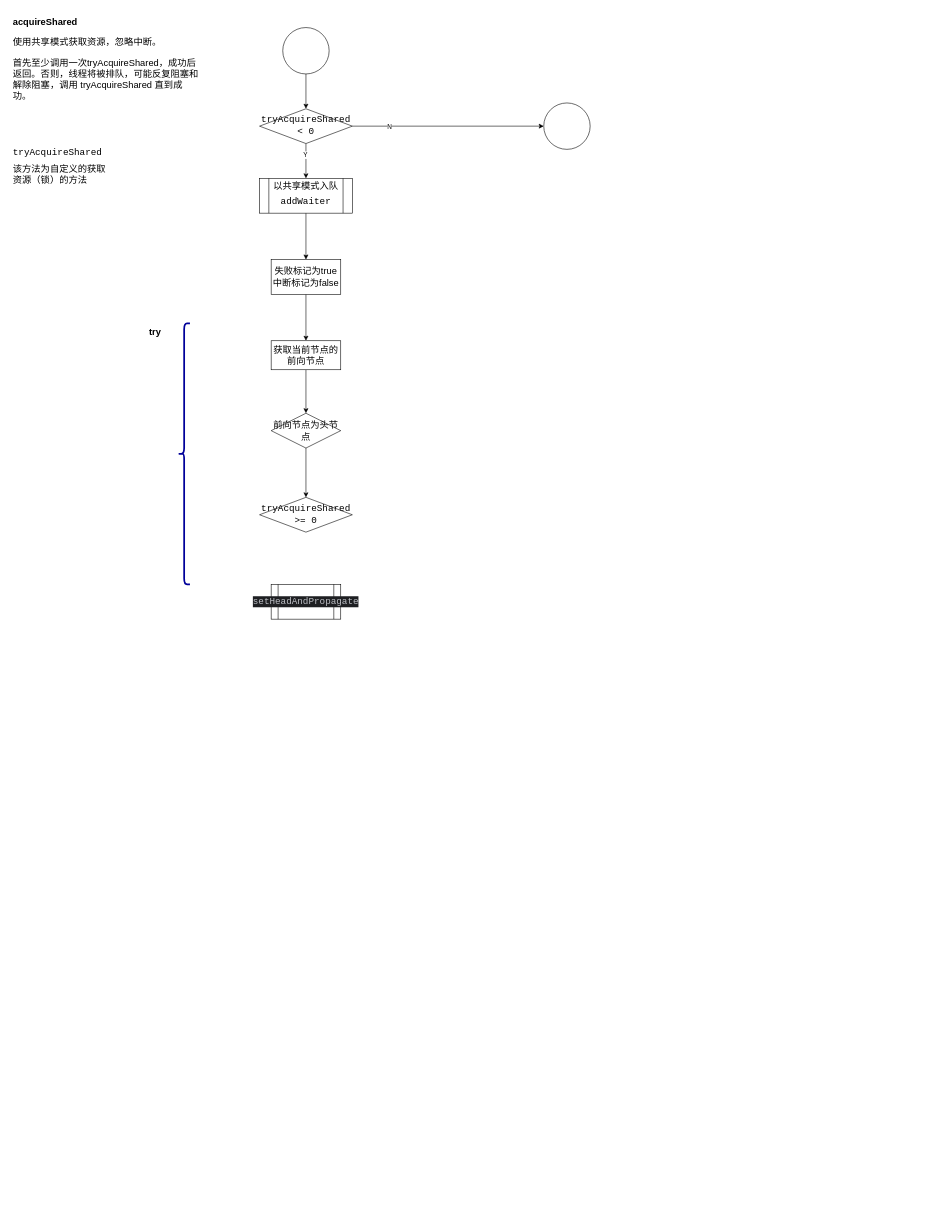
NikolaZhang/NikolaZhang.github.io keeps this draw.io diagram as page "acquireShared" (2 of 8) of src/drawio/aqs/aqs.drawio. Above is the earlier version. Source tidied: cells renumbered, new cells numbered last; positions are measured from the earlier drawing's top-left corner, leaving out a move shared by most shapes. Both pictures are drawn from the tidied source at 58%, with x=0, y=0 at pixel (10, 16).
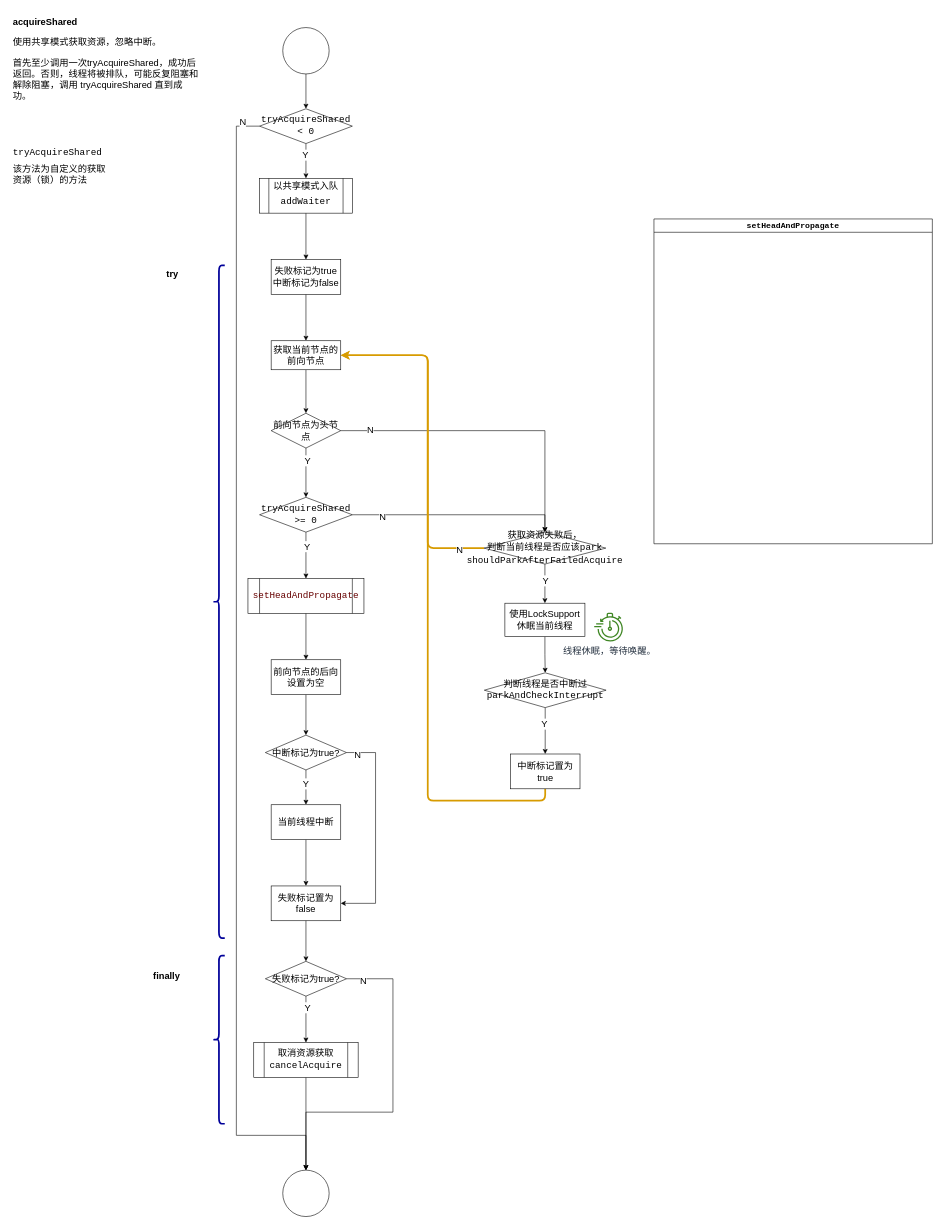
The same page after the edit.

Unchanged cells that the change refers to:
```xml
<mxCell id="4" style="edgeStyle=orthogonalEdgeStyle;rounded=0;jettySize=auto;html=1;fontSize=16;" parent="1" edge="1" source="8" target="11">
  <mxGeometry relative="1" as="geometry" />
</mxCell>
<mxCell id="8" value="&lt;div style=&quot;line-height: 20%; font-size: 16px;&quot;&gt;&lt;pre style=&quot;font-family: &amp;quot;Fira Code Medium&amp;quot;, monospace; font-size: 16px; line-height: 20%;&quot;&gt;tryAcquireShared&lt;/pre&gt;&lt;pre style=&quot;font-family: &amp;quot;Fira Code Medium&amp;quot;, monospace; font-size: 16px; line-height: 20%;&quot;&gt;&amp;lt; 0&lt;/pre&gt;&lt;/div&gt;" style="rhombus;whiteSpace=wrap;html=1;fontSize=16;" parent="1" vertex="1">
  <mxGeometry x="430" y="160" width="160" height="60" as="geometry" />
</mxCell>
<mxCell id="17" value="获取当前节点的前向节点" style="whiteSpace=wrap;html=1;fontSize=16;" parent="1" vertex="1">
  <mxGeometry x="450" y="560" width="120" height="50" as="geometry" />
</mxCell>
<mxCell id="18" style="edgeStyle=orthogonalEdgeStyle;rounded=0;jettySize=auto;html=1;fontSize=16;" parent="1" edge="1" source="19" target="20">
  <mxGeometry relative="1" as="geometry" />
</mxCell>
<mxCell id="19" value="前向节点为头节点" style="whiteSpace=wrap;html=1;shape=rhombus;perimeter=rhombusPerimeter;fontSize=16;" parent="1" vertex="1">
  <mxGeometry x="450" y="685" width="120" height="60" as="geometry" />
</mxCell>
<mxCell id="20" value="&lt;div style=&quot;font-size: 16px; line-height: 20%;&quot;&gt;&lt;pre style=&quot;font-family: &amp;quot;Fira Code Medium&amp;quot;, monospace; font-size: 16px; line-height: 20%;&quot;&gt;tryAcquireShared&lt;/pre&gt;&lt;pre style=&quot;font-family: &amp;quot;Fira Code Medium&amp;quot;, monospace; font-size: 16px; line-height: 20%;&quot;&gt;&amp;gt;= 0&lt;/pre&gt;&lt;/div&gt;" style="whiteSpace=wrap;html=1;fontSize=16;shape=rhombus;perimeter=rhombusPerimeter;" parent="1" vertex="1">
  <mxGeometry x="430" y="830" width="160" height="60" as="geometry" />
</mxCell>
```

What changed in the source:
```diff
@@
-    <mxCell id="5" value="Y" style="edgeLabel;html=1;align=center;verticalAlign=middle;" parent="4" vertex="1">
+    <mxCell id="5" value="Y" style="edgeLabel;html=1;align=center;verticalAlign=middle;fontSize=16;" parent="4" vertex="1">
       <mxGeometry x="-0.37" y="-2" relative="1" as="geometry" />
     </mxCell>
-    <mxCell id="6" style="edgeStyle=orthogonalEdgeStyle;rounded=0;jettySize=auto;html=1;exitX=1;exitY=0.5;exitDx=0;exitDy=0;entryX=0;entryY=0.5;entryDx=0;entryDy=0;" parent="1" edge="1" source="8" target="22">
-      <mxGeometry relative="1" as="geometry" />
+    <mxCell id="6" style="edgeStyle=orthogonalEdgeStyle;rounded=0;jettySize=auto;html=1;exitX=0;exitY=0.5;exitDx=0;exitDy=0;entryX=0.5;entryY=0;entryDx=0;entryDy=0;fontSize=16;" parent="1" edge="1" source="8" target="43">
+      <mxGeometry relative="1" as="geometry">
+        <Array as="points">
+          <mxPoint x="390" y="190" />
+          <mxPoint x="390" y="1930" />
+          <mxPoint x="510" y="1930" />
+        </Array>
+      </mxGeometry>
     </mxCell>
-    <mxCell id="7" value="N" style="edgeLabel;html=1;align=center;verticalAlign=middle;" parent="6" vertex="1">
-      <mxGeometry x="-0.62" y="-1" relative="1" as="geometry" />
+    <mxCell id="7" value="N" style="edgeLabel;html=1;align=center;verticalAlign=middle;fontSize=16;" parent="6" vertex="1">
+      <mxGeometry x="-0.62" y="-1" relative="1" as="geometry">
+        <mxPoint x="11" y="-341" as="offset" />
+      </mxGeometry>
     </mxCell>
@@
     <mxCell id="14" style="shape=curlyBracket;whiteSpace=wrap;html=1;rounded=1;labelPosition=left;verticalLabelPosition=middle;align=right;verticalAlign=middle;strokeColor=#000099;strokeWidth=3;fontSize=16;" parent="1" vertex="1">
-      <mxGeometry x="290" y="530" width="20" height="450" as="geometry" />
+      <mxGeometry x="350" y="430" width="20" height="1160" as="geometry" />
     </mxCell>
     <mxCell id="15" value="&lt;b style=&quot;font-size: 16px;&quot;&gt;try&lt;/b&gt;" style="text;html=1;align=center;verticalAlign=middle;whiteSpace=wrap;rounded=0;fontSize=16;" parent="1" vertex="1">
-      <mxGeometry x="220" y="530" width="60" height="30" as="geometry" />
+      <mxGeometry x="250" y="430" width="60" height="30" as="geometry" />
     </mxCell>
@@
+    <mxCell id="24" value="Y" style="edgeLabel;html=1;align=center;verticalAlign=middle;fontSize=16;" parent="18" vertex="1">
+      <mxGeometry x="-0.51" y="2" relative="1" as="geometry" />
+    </mxCell>
+    <mxCell id="25" style="edgeStyle=orthogonalEdgeStyle;rounded=0;jettySize=auto;html=1;exitX=1;exitY=0.5;exitDx=0;exitDy=0;entryX=0.5;entryY=0;entryDx=0;entryDy=0;fontSize=16;" parent="1" edge="1" source="19" target="46">
+      <mxGeometry relative="1" as="geometry" />
+    </mxCell>
+    <mxCell id="26" value="N" style="edgeLabel;html=1;align=center;verticalAlign=middle;fontSize=16;" parent="25" vertex="1">
+      <mxGeometry x="-0.81" y="2" relative="1" as="geometry" />
+    </mxCell>
@@
+    <mxCell id="27" style="edgeStyle=orthogonalEdgeStyle;rounded=0;jettySize=auto;html=1;exitX=0.5;exitY=1;exitDx=0;exitDy=0;entryX=0.5;entryY=0;entryDx=0;entryDy=0;fontSize=16;" parent="1" edge="1" source="20" target="23">
+      <mxGeometry relative="1" as="geometry" />
+    </mxCell>
+    <mxCell id="28" value="Y" style="edgeLabel;html=1;align=center;verticalAlign=middle;fontSize=16;" parent="27" vertex="1">
+      <mxGeometry x="-0.4" y="1" relative="1" as="geometry" />
+    </mxCell>
+    <mxCell id="29" style="edgeStyle=orthogonalEdgeStyle;rounded=0;jettySize=auto;html=1;entryX=0.5;entryY=0;entryDx=0;entryDy=0;fontSize=16;" parent="1" edge="1" source="20" target="46">
+      <mxGeometry relative="1" as="geometry" />
+    </mxCell>
+    <mxCell id="30" value="N" style="edgeLabel;html=1;align=center;verticalAlign=middle;fontSize=16;" parent="29" vertex="1">
+      <mxGeometry x="-0.72" y="-2" relative="1" as="geometry" />
+    </mxCell>
@@
-    <mxCell id="22" style="ellipse;whiteSpace=wrap;html=1;fontSize=16;" parent="1" vertex="1">
-      <mxGeometry x="920" y="150" width="80" height="80" as="geometry" />
-    </mxCell>
+    <mxCell id="31" style="edgeStyle=orthogonalEdgeStyle;rounded=0;jettySize=auto;html=1;fontSize=16;" parent="1" edge="1" source="23" target="33">
+      <mxGeometry relative="1" as="geometry" />
+    </mxCell>
-    <mxCell id="23" value="&lt;div style=&quot;background-color:#1e1f22;color:#bcbec4&quot;&gt;&lt;pre style=&quot;font-family:'Fira Code Medium',monospace;font-size:12.0pt;&quot;&gt;setHeadAndPropagate&lt;/pre&gt;&lt;/div&gt;" style="shape=process;whiteSpace=wrap;html=1;backgroundOutline=1;" parent="1" vertex="1">
-      <mxGeometry x="450" y="980" width="120" height="60" as="geometry" />
+    <mxCell id="23" value="&lt;div style=&quot;font-size: 16px;&quot;&gt;&lt;pre style=&quot;font-family: &amp;quot;Fira Code Medium&amp;quot;, monospace; font-size: 16px;&quot;&gt;&lt;font style=&quot;font-size: 16px;&quot; color=&quot;#660000&quot;&gt;setHeadAndPropagate&lt;/font&gt;&lt;/pre&gt;&lt;/div&gt;" style="shape=process;whiteSpace=wrap;html=1;backgroundOutline=1;fontSize=16;" parent="1" vertex="1">
+      <mxGeometry x="410" y="970" width="200" height="60" as="geometry" />
     </mxCell>
+    <mxCell id="32" style="edgeStyle=orthogonalEdgeStyle;rounded=0;jettySize=auto;html=1;fontSize=16;" parent="1" edge="1" source="33" target="38">
+      <mxGeometry relative="1" as="geometry" />
+    </mxCell>
+    <mxCell id="33" value="前向节点的后向设置为空" style="whiteSpace=wrap;html=1;fontSize=16;" parent="1" vertex="1">
+      <mxGeometry x="450" y="1110" width="120" height="60" as="geometry" />
+    </mxCell>
+    <mxCell id="34" style="edgeStyle=orthogonalEdgeStyle;rounded=0;jettySize=auto;html=1;fontSize=16;" parent="1" edge="1" source="38" target="40">
+      <mxGeometry relative="1" as="geometry" />
+    </mxCell>
+    <mxCell id="35" value="Y" style="edgeLabel;html=1;align=center;verticalAlign=middle;fontSize=16;" parent="34" vertex="1">
+      <mxGeometry x="-0.24" y="-1" relative="1" as="geometry" />
+    </mxCell>
+    <mxCell id="36" style="edgeStyle=orthogonalEdgeStyle;rounded=0;jettySize=auto;html=1;exitX=1;exitY=0.5;exitDx=0;exitDy=0;entryX=1;entryY=0.5;entryDx=0;entryDy=0;fontSize=16;" parent="1" edge="1" source="38" target="42">
+      <mxGeometry relative="1" as="geometry">
+        <Array as="points">
+          <mxPoint x="630" y="1270" />
+          <mxPoint x="630" y="1530" />
+        </Array>
+      </mxGeometry>
+    </mxCell>
+    <mxCell id="37" value="N" style="edgeLabel;html=1;align=center;verticalAlign=middle;fontSize=16;" parent="36" vertex="1">
+      <mxGeometry x="-0.9" y="-3" relative="1" as="geometry" />
+    </mxCell>
+    <mxCell id="38" value="中断标记为true?" style="rhombus;whiteSpace=wrap;html=1;fontSize=16;" parent="1" vertex="1">
+      <mxGeometry x="440" y="1240" width="140" height="60" as="geometry" />
+    </mxCell>
+    <mxCell id="39" style="edgeStyle=orthogonalEdgeStyle;rounded=0;jettySize=auto;html=1;fontSize=16;" parent="1" edge="1" source="40" target="42">
+      <mxGeometry relative="1" as="geometry" />
+    </mxCell>
+    <mxCell id="40" value="当前线程中断" style="whiteSpace=wrap;html=1;fontSize=16;" parent="1" vertex="1">
+      <mxGeometry x="450" y="1360" width="120" height="60" as="geometry" />
+    </mxCell>
+    <mxCell id="41" style="edgeStyle=orthogonalEdgeStyle;rounded=0;jettySize=auto;html=1;fontSize=16;" parent="1" edge="1" source="65" target="43">
+      <mxGeometry relative="1" as="geometry" />
+    </mxCell>
+    <mxCell id="42" value="失败标记置为false" style="whiteSpace=wrap;html=1;fontSize=16;" parent="1" vertex="1">
+      <mxGeometry x="450" y="1500" width="120" height="60" as="geometry" />
+    </mxCell>
+    <mxCell id="43" style="ellipse;whiteSpace=wrap;html=1;fontSize=16;" parent="1" vertex="1">
+      <mxGeometry x="470" y="1990" width="80" height="80" as="geometry" />
+    </mxCell>
+    <mxCell id="44" style="edgeStyle=orthogonalEdgeStyle;rounded=1;jettySize=auto;html=1;exitX=0;exitY=0.5;exitDx=0;exitDy=0;entryX=1;entryY=0.5;entryDx=0;entryDy=0;strokeColor=#D79B00;strokeWidth=3;fontSize=16;" parent="1" edge="1" source="46" target="17">
+      <mxGeometry relative="1" as="geometry">
+        <Array as="points">
+          <mxPoint x="720" y="918" />
+          <mxPoint x="720" y="585" />
+        </Array>
+      </mxGeometry>
+    </mxCell>
+    <mxCell id="45" value="N" style="edgeLabel;html=1;align=center;verticalAlign=middle;fontSize=16;" parent="44" vertex="1">
+      <mxGeometry x="-0.85" y="3" relative="1" as="geometry" />
+    </mxCell>
+    <mxCell id="46" value="&lt;div style=&quot;line-height: 30%; font-size: 16px;&quot;&gt;&lt;pre style=&quot;font-family: &amp;quot;Fira Code Medium&amp;quot;, monospace; font-size: 16px; line-height: 30%;&quot;&gt;获取资源失败后，&lt;/pre&gt;&lt;pre style=&quot;font-family: &amp;quot;Fira Code Medium&amp;quot;, monospace; font-size: 16px; line-height: 30%;&quot;&gt;判断当前线程是否应该park&lt;/pre&gt;&lt;pre style=&quot;font-family: &amp;quot;Fira Code Medium&amp;quot;, monospace; font-size: 16px; line-height: 30%;&quot;&gt;&lt;pre style=&quot;border-color: var(--border-color); text-align: left; font-family: &amp;quot;Fira Code Medium&amp;quot;, monospace; line-height: 4.8px; font-size: 16px;&quot;&gt;shouldParkAfterFailedAcquire&lt;/pre&gt;&lt;/pre&gt;&lt;/div&gt;" style="whiteSpace=wrap;html=1;fontSize=16;rounded=0;shape=rhombus;backgroundOutline=1;labelBackgroundColor=none;fontColor=default;perimeter=rhombusPerimeter;" parent="1" vertex="1">
+      <mxGeometry x="817" y="890" width="210" height="55" as="geometry" />
+    </mxCell>
+    <mxCell id="47" style="edgeStyle=orthogonalEdgeStyle;rounded=0;jettySize=auto;html=1;fontFamily=Helvetica;fontSize=16;fontColor=default;" parent="1" edge="1" source="54" target="50">
+      <mxGeometry relative="1" as="geometry" />
+    </mxCell>
+    <mxCell id="48" style="edgeStyle=orthogonalEdgeStyle;rounded=0;jettySize=auto;html=1;fontSize=16;" parent="1" edge="1" source="50" target="56">
+      <mxGeometry relative="1" as="geometry" />
+    </mxCell>
+    <mxCell id="49" value="Y" style="edgeLabel;html=1;align=center;verticalAlign=middle;fontSize=16;" parent="48" vertex="1">
+      <mxGeometry x="-0.29" y="-2" relative="1" as="geometry" />
+    </mxCell>
+    <mxCell id="50" value="&lt;div style=&quot;line-height: 20%; font-size: 16px;&quot;&gt;&lt;pre style=&quot;font-family: &amp;quot;Fira Code Medium&amp;quot;, monospace; font-size: 16px; line-height: 20%;&quot;&gt;判断线程是否中断过&lt;/pre&gt;&lt;pre style=&quot;font-family: &amp;quot;Fira Code Medium&amp;quot;, monospace; font-size: 16px; line-height: 20%;&quot;&gt;&lt;pre style=&quot;border-color: var(--border-color); text-align: left; font-family: &amp;quot;Fira Code Medium&amp;quot;, monospace; line-height: 3.2px; font-size: 16px;&quot;&gt;parkAndCheckInterrupt&lt;/pre&gt;&lt;/pre&gt;&lt;/div&gt;" style="shape=rhombus;whiteSpace=wrap;html=1;backgroundOutline=1;rounded=0;strokeColor=default;align=center;verticalAlign=middle;fontFamily=Helvetica;fontSize=16;fontColor=default;fillColor=default;perimeter=rhombusPerimeter;" parent="1" vertex="1">
+      <mxGeometry x="817.5" y="1132.5" width="210" height="60" as="geometry" />
+    </mxCell>
+    <mxCell id="51" value="线程休眠，等待唤醒。" style="sketch=0;fontColor=#232F3E;gradientColor=none;fillColor=#3F8624;strokeColor=none;dashed=0;verticalLabelPosition=bottom;verticalAlign=top;align=center;html=1;fontSize=16;fontStyle=0;shape=mxgraph.aws4.backup_recovery_time_objective;" parent="1" vertex="1">
+      <mxGeometry x="1007" y="1029" width="52" height="50" as="geometry" />
+    </mxCell>
+    <mxCell id="52" style="edgeStyle=orthogonalEdgeStyle;rounded=0;jettySize=auto;html=1;fontFamily=Helvetica;fontSize=16;fontColor=default;" parent="1" edge="1" source="46" target="54">
+      <mxGeometry relative="1" as="geometry" />
+    </mxCell>
+    <mxCell id="53" value="Y" style="edgeLabel;html=1;align=center;verticalAlign=middle;fontSize=16;" parent="52" vertex="1">
+      <mxGeometry x="-0.21" y="1" relative="1" as="geometry">
+        <mxPoint x="-1" y="1" as="offset" />
+      </mxGeometry>
+    </mxCell>
+    <mxCell id="54" value="使用LockSupport休眠当前线程" style="rounded=0;whiteSpace=wrap;html=1;fontSize=16;" parent="1" vertex="1">
+      <mxGeometry x="853" y="1012.5" width="138" height="57.5" as="geometry" />
+    </mxCell>
+    <mxCell id="55" style="edgeStyle=orthogonalEdgeStyle;rounded=1;jettySize=auto;html=1;exitX=0.5;exitY=1;exitDx=0;exitDy=0;entryX=1;entryY=0.5;entryDx=0;entryDy=0;strokeColor=#D79B00;strokeWidth=3;fontSize=16;" parent="1" edge="1" source="56" target="17">
+      <mxGeometry relative="1" as="geometry">
+        <Array as="points">
+          <mxPoint x="923" y="1353" />
+          <mxPoint x="720" y="1353" />
+          <mxPoint x="720" y="585" />
+        </Array>
+      </mxGeometry>
+    </mxCell>
+    <mxCell id="56" value="中断标记置为true" style="whiteSpace=wrap;html=1;fontSize=16;rounded=0;" parent="1" vertex="1">
+      <mxGeometry x="862.5" y="1272.5" width="120" height="60" as="geometry" />
+    </mxCell>
+    <mxCell id="57" style="shape=curlyBracket;whiteSpace=wrap;html=1;rounded=1;labelPosition=left;verticalLabelPosition=middle;align=right;verticalAlign=middle;strokeColor=#000099;strokeWidth=3;fontSize=16;" parent="1" vertex="1">
+      <mxGeometry x="350" y="1620" width="20" height="290" as="geometry" />
+    </mxCell>
+    <mxCell id="58" value="&lt;b style=&quot;font-size: 16px;&quot;&gt;finally&lt;/b&gt;" style="text;html=1;align=center;verticalAlign=middle;whiteSpace=wrap;rounded=0;fontSize=16;" parent="1" vertex="1">
+      <mxGeometry x="240" y="1640" width="60" height="30" as="geometry" />
+    </mxCell>
+    <mxCell id="59" style="edgeStyle=orthogonalEdgeStyle;rounded=0;jettySize=auto;html=1;fontSize=16;" parent="1" edge="1" source="42" target="62">
+      <mxGeometry relative="1" as="geometry" />
+    </mxCell>
+    <mxCell id="60" style="edgeStyle=orthogonalEdgeStyle;rounded=0;jettySize=auto;html=1;exitX=1;exitY=0.5;exitDx=0;exitDy=0;entryX=0.5;entryY=0;entryDx=0;entryDy=0;fontSize=16;" parent="1" edge="1" source="62" target="43">
+      <mxGeometry relative="1" as="geometry">
+        <Array as="points">
+          <mxPoint x="660" y="1660" />
+          <mxPoint x="660" y="1890" />
+          <mxPoint x="510" y="1890" />
+        </Array>
+      </mxGeometry>
+    </mxCell>
+    <mxCell id="61" value="N" style="edgeLabel;html=1;align=center;verticalAlign=middle;fontSize=16;" parent="60" vertex="1">
+      <mxGeometry x="-0.9" y="-3" relative="1" as="geometry" />
+    </mxCell>
+    <mxCell id="62" value="失败标记为true?" style="rhombus;whiteSpace=wrap;html=1;fontSize=16;" parent="1" vertex="1">
+      <mxGeometry x="440" y="1630" width="140" height="60" as="geometry" />
+    </mxCell>
+    <mxCell id="63" style="edgeStyle=orthogonalEdgeStyle;rounded=0;jettySize=auto;html=1;fontSize=16;" parent="1" edge="1" source="62" target="65">
+      <mxGeometry relative="1" as="geometry" />
+    </mxCell>
+    <mxCell id="64" value="Y" style="edgeLabel;html=1;align=center;verticalAlign=middle;fontSize=16;" parent="63" vertex="1">
+      <mxGeometry x="-0.53" y="2" relative="1" as="geometry" />
+    </mxCell>
+    <mxCell id="65" value="&lt;pre style=&quot;border-color: var(--border-color); font-size: 16px; font-family: &amp;quot;Fira Code Medium&amp;quot;, monospace;&quot;&gt;取消资源获取&lt;br style=&quot;border-color: var(--border-color); font-size: 16px;&quot;&gt;cancelAcquire&lt;/pre&gt;" style="shape=process;whiteSpace=wrap;html=1;backgroundOutline=1;fontSize=16;" parent="1" vertex="1">
+      <mxGeometry x="420" y="1770" width="180" height="60" as="geometry" />
+    </mxCell>
+    <mxCell id="66" value="&lt;div style=&quot;&quot;&gt;&lt;pre style=&quot;font-family: &amp;quot;Fira Code Medium&amp;quot;, monospace; font-size: 10.5pt;&quot;&gt;setHeadAndPropagate&lt;/pre&gt;&lt;/div&gt;" style="swimlane;whiteSpace=wrap;html=1;align=center;" parent="1" vertex="1">
+      <mxGeometry x="1110" y="350" width="480" height="560" as="geometry" />
+    </mxCell>
```
